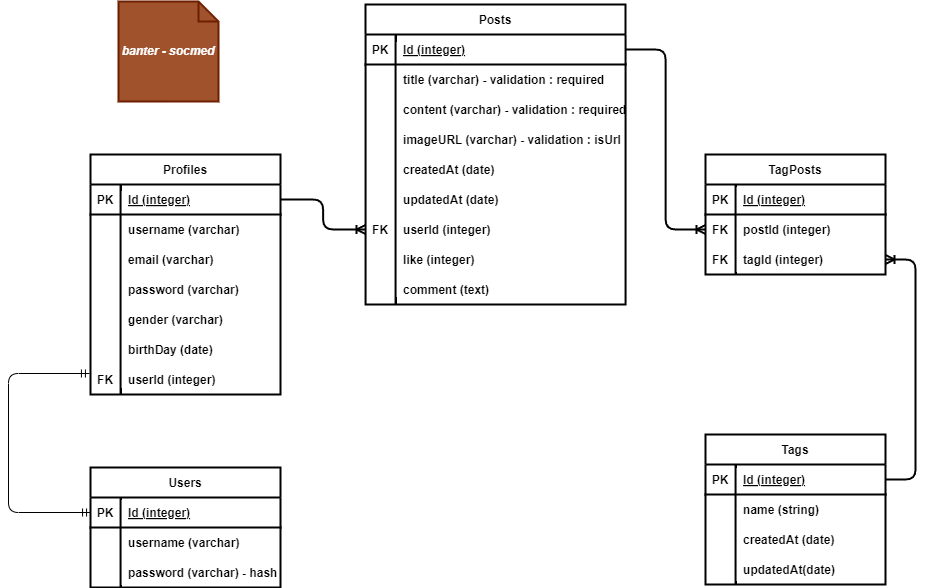
Earlier version of the draw.io export schema-banter.drawio.png (AbdulRidhoRamadhan/banter-Social-Media). Source tidied: cells renumbered, new cells last; positions are measured from the earlier drawing's top-left corner, leaving out a move shared by most shapes.
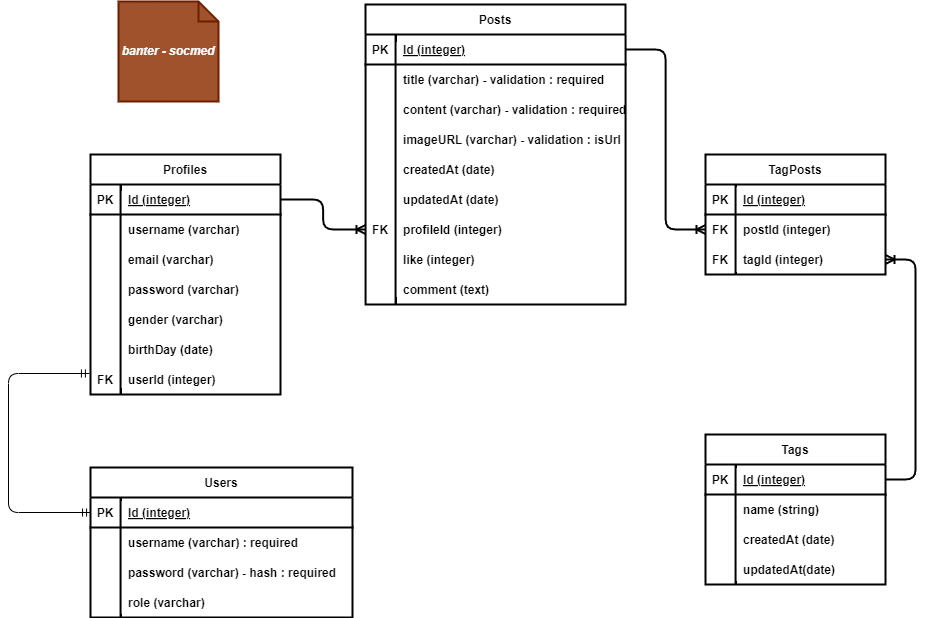
The same file after the commit.

The edit, as a diff of the source:
```diff
@@ -104,7 +104,7 @@
     <mxCell id="35" value="FK" style="shape=partialRectangle;fillColor=none;top=0;left=0;bottom=0;right=0;overflow=hidden;strokeWidth=2;fontStyle=1;" parent="34" vertex="1">
       <mxGeometry width="30" height="30" as="geometry" />
     </mxCell>
-    <mxCell id="36" value="userId (integer)" style="shape=partialRectangle;fillColor=none;top=0;left=0;bottom=0;right=0;align=left;spacingLeft=6;overflow=hidden;strokeWidth=2;fontStyle=1;" parent="34" vertex="1">
+    <mxCell id="36" value="profileId (integer)" style="shape=partialRectangle;fillColor=none;top=0;left=0;bottom=0;right=0;align=left;spacingLeft=6;overflow=hidden;strokeWidth=2;fontStyle=1;" parent="34" vertex="1">
       <mxGeometry x="30" width="230" height="30" as="geometry" />
     </mxCell>
     <mxCell id="37" style="shape=tableRow;horizontal=0;startSize=0;swimlaneHead=0;swimlaneBody=0;fillColor=none;top=0;left=0;right=0;bottom=0;strokeWidth=2;fontStyle=1;" parent="15" vertex="1">
@@ -192,35 +192,44 @@
       <mxGeometry x="30" width="160" height="30" as="geometry" />
     </mxCell>
     <mxCell id="65" value="Users" style="shape=table;startSize=30;rowLines=0;fontStyle=1;align=center;strokeWidth=2;" parent="1" vertex="1">
-      <mxGeometry x="82.1" y="466" width="190" height="120" as="geometry" />
+      <mxGeometry x="82.1" y="466" width="261.9" height="150" as="geometry" />
     </mxCell>
     <mxCell id="66" style="shape=tableRow;horizontal=0;startSize=0;swimlaneHead=0;swimlaneBody=0;fillColor=none;points=[[0,0.5],[1,0.5]];portConstraint=eastwest;top=0;left=0;right=0;bottom=1;strokeWidth=2;fontStyle=1;" parent="65" vertex="1">
-      <mxGeometry y="30" width="190" height="30" as="geometry" />
+      <mxGeometry y="30" width="261.9" height="30" as="geometry" />
     </mxCell>
     <mxCell id="67" value="PK" style="shape=partialRectangle;fillColor=none;top=0;left=0;bottom=0;right=0;fontStyle=1;overflow=hidden;strokeWidth=2;" parent="66" vertex="1">
       <mxGeometry width="30" height="30" as="geometry" />
     </mxCell>
     <mxCell id="68" value="Id (integer)" style="shape=partialRectangle;fillColor=none;top=0;left=0;bottom=0;right=0;align=left;spacingLeft=6;fontStyle=5;overflow=hidden;strokeWidth=2;" parent="66" vertex="1">
-      <mxGeometry x="30" width="160" height="30" as="geometry" />
+      <mxGeometry x="30" width="231.9" height="30" as="geometry" />
     </mxCell>
     <mxCell id="69" style="shape=tableRow;horizontal=0;startSize=0;swimlaneHead=0;swimlaneBody=0;fillColor=none;top=0;left=0;right=0;bottom=0;strokeWidth=2;fontStyle=1;" parent="65" vertex="1">
-      <mxGeometry y="60" width="190" height="30" as="geometry" />
+      <mxGeometry y="60" width="261.9" height="30" as="geometry" />
     </mxCell>
     <mxCell id="70" style="shape=partialRectangle;fillColor=none;top=0;left=0;bottom=0;right=0;overflow=hidden;strokeWidth=2;fontStyle=1;" parent="69" vertex="1">
       <mxGeometry width="30" height="30" as="geometry" />
     </mxCell>
-    <mxCell id="71" value="username (varchar)" style="shape=partialRectangle;fillColor=none;top=0;left=0;bottom=0;right=0;align=left;spacingLeft=6;overflow=hidden;strokeWidth=2;fontStyle=1;" parent="69" vertex="1">
-      <mxGeometry x="30" width="160" height="30" as="geometry" />
+    <mxCell id="71" value="username (varchar) : required" style="shape=partialRectangle;fillColor=none;top=0;left=0;bottom=0;right=0;align=left;spacingLeft=6;overflow=hidden;strokeWidth=2;fontStyle=1;" parent="69" vertex="1">
+      <mxGeometry x="30" width="231.9" height="30" as="geometry" />
     </mxCell>
     <mxCell id="72" style="shape=tableRow;horizontal=0;startSize=0;swimlaneHead=0;swimlaneBody=0;fillColor=none;top=0;left=0;right=0;bottom=0;strokeWidth=2;fontStyle=1;" parent="65" vertex="1">
-      <mxGeometry y="90" width="190" height="30" as="geometry" />
+      <mxGeometry y="90" width="261.9" height="30" as="geometry" />
     </mxCell>
     <mxCell id="73" style="shape=partialRectangle;fillColor=none;top=0;left=0;bottom=0;right=0;overflow=hidden;strokeWidth=2;fontStyle=1;" parent="72" vertex="1">
       <mxGeometry width="30" height="30" as="geometry" />
     </mxCell>
-    <mxCell id="74" value="password (varchar) - hash" style="shape=partialRectangle;fillColor=none;top=0;left=0;bottom=0;right=0;align=left;spacingLeft=6;overflow=hidden;strokeWidth=2;fontStyle=1;" parent="72" vertex="1">
-      <mxGeometry x="30" width="160" height="30" as="geometry" />
+    <mxCell id="74" value="password (varchar) - hash : required" style="shape=partialRectangle;fillColor=none;top=0;left=0;bottom=0;right=0;align=left;spacingLeft=6;overflow=hidden;strokeWidth=2;fontStyle=1;" parent="72" vertex="1">
+      <mxGeometry x="30" width="231.9" height="30" as="geometry" />
     </mxCell>
+    <mxCell id="90" style="shape=tableRow;horizontal=0;startSize=0;swimlaneHead=0;swimlaneBody=0;fillColor=none;top=0;left=0;right=0;bottom=0;strokeWidth=2;fontStyle=1;" parent="65" vertex="1">
+      <mxGeometry y="120" width="261.9" height="30" as="geometry" />
+    </mxCell>
+    <mxCell id="91" style="shape=partialRectangle;fillColor=none;top=0;left=0;bottom=0;right=0;overflow=hidden;strokeWidth=2;fontStyle=1;" parent="90" vertex="1">
+      <mxGeometry width="30" height="30" as="geometry" />
+    </mxCell>
+    <mxCell id="92" value="role (varchar)" style="shape=partialRectangle;fillColor=none;top=0;left=0;bottom=0;right=0;align=left;spacingLeft=6;overflow=hidden;strokeWidth=2;fontStyle=1;" parent="90" vertex="1">
+      <mxGeometry x="30" width="231.9" height="30" as="geometry" />
+    </mxCell>
     <mxCell id="75" style="edgeStyle=orthogonalEdgeStyle;fontSize=12;html=1;endArrow=ERoneToMany;exitX=1;exitY=0.5;exitDx=0;exitDy=0;entryX=0;entryY=0.5;entryDx=0;entryDy=0;strokeWidth=2;fontStyle=1;" parent="1" edge="1" source="44" target="34">
       <mxGeometry relative="1" as="geometry" />
     </mxCell>
```
